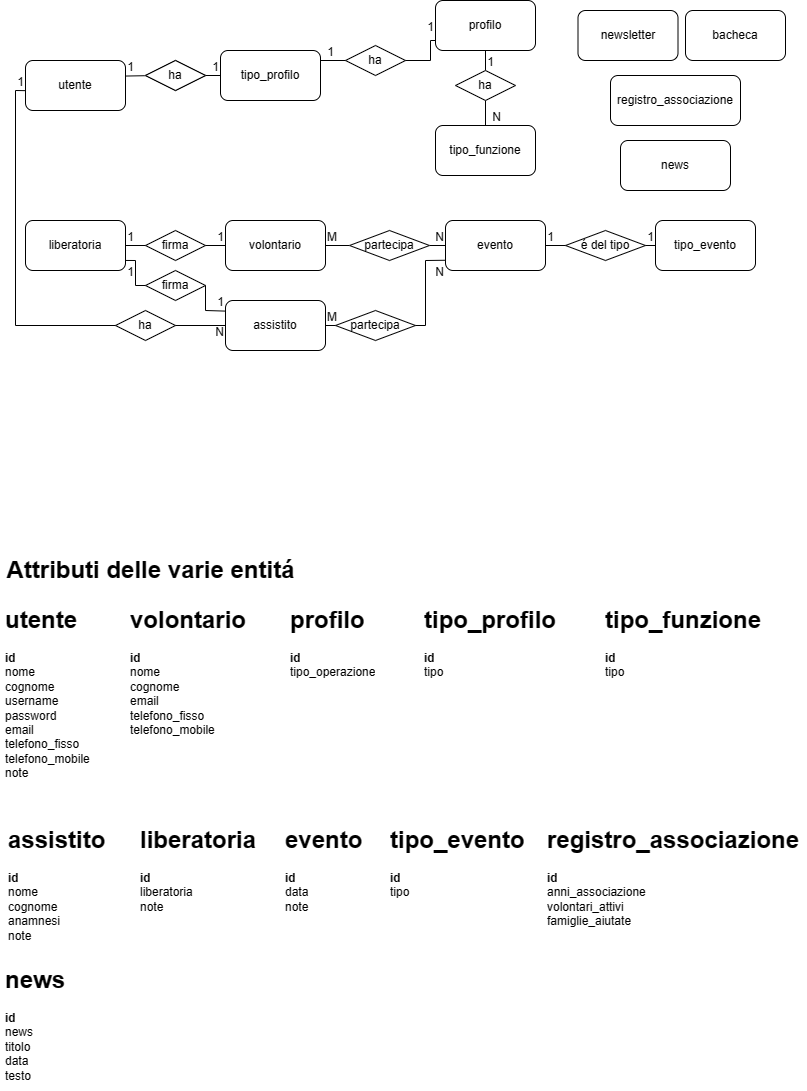
The draw.io diagram db/SchemaER.drawio.png in Antonio-Bellini/MATURITA-, before a commit. Source tidied: cells renumbered, new cells last; positions are measured from the earlier drawing's top-left corner, leaving out a move shared by most shapes.
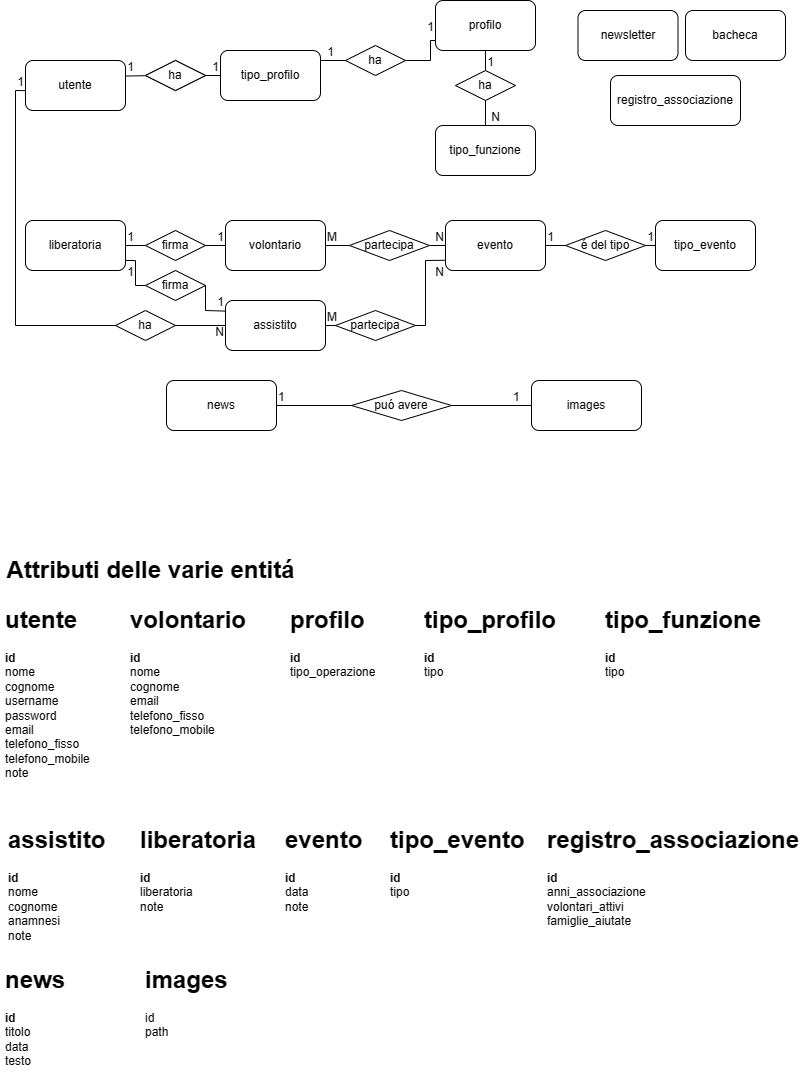
The same diagram one commit later.

Commit message:
rifatto schema logico e concettuale

Change to the diagram source:
```diff
@@ -229,10 +229,33 @@
       <mxGeometry x="542" y="820" width="265" height="120" as="geometry" />
     </mxCell>
     <mxCell id="67" value="news" style="rounded=1;whiteSpace=wrap;html=1;labelBackgroundColor=none;" parent="1" vertex="1">
-      <mxGeometry x="620" y="140" width="110" height="50" as="geometry" />
+      <mxGeometry x="166" y="380" width="110" height="50" as="geometry" />
     </mxCell>
-    <mxCell id="68" value="&lt;h1&gt;news&lt;/h1&gt;&lt;div&gt;&lt;b&gt;id&lt;/b&gt;&lt;/div&gt;&lt;div&gt;news&lt;/div&gt;&lt;div&gt;titolo&lt;/div&gt;&lt;div&gt;data&lt;/div&gt;&lt;div&gt;testo&lt;/div&gt;" style="text;html=1;spacing=5;spacingTop=-20;whiteSpace=wrap;overflow=hidden;rounded=0;labelBackgroundColor=none;" parent="1" vertex="1">
-      <mxGeometry y="960" width="265" height="130" as="geometry" />
+    <mxCell id="68" value="&lt;h1&gt;news&lt;/h1&gt;&lt;div&gt;&lt;b&gt;id&lt;/b&gt;&lt;/div&gt;&lt;div&gt;&lt;span style=&quot;background-color: initial;&quot;&gt;titolo&lt;/span&gt;&lt;br&gt;&lt;/div&gt;&lt;div&gt;data&lt;/div&gt;&lt;div&gt;testo&lt;/div&gt;" style="text;html=1;spacing=5;spacingTop=-20;whiteSpace=wrap;overflow=hidden;rounded=0;labelBackgroundColor=none;" parent="1" vertex="1">
+      <mxGeometry y="960" width="110" height="130" as="geometry" />
     </mxCell>
+    <mxCell id="69" value="images" style="rounded=1;whiteSpace=wrap;html=1;labelBackgroundColor=none;" parent="1" vertex="1">
+      <mxGeometry x="531" y="380" width="110" height="50" as="geometry" />
+    </mxCell>
+    <mxCell id="70" value="puó avere" style="shape=rhombus;perimeter=rhombusPerimeter;whiteSpace=wrap;html=1;align=center;labelBackgroundColor=none;" parent="1" vertex="1">
+      <mxGeometry x="351" y="390" width="100" height="30" as="geometry" />
+    </mxCell>
+    <mxCell id="71" style="endArrow=none;html=1;rounded=0;exitX=1;exitY=0.5;exitDx=0;exitDy=0;entryX=0;entryY=0.5;entryDx=0;entryDy=0;labelBackgroundColor=none;fontColor=default;" parent="1" edge="1" source="67" target="70">
+      <mxGeometry relative="1" as="geometry" />
+    </mxCell>
+    <mxCell id="72" value="1" style="html=1;whiteSpace=wrap;align=left;verticalAlign=bottom;labelBackgroundColor=none;" parent="71" vertex="1">
+      <mxGeometry x="-1" relative="1" as="geometry" />
+    </mxCell>
+    <mxCell id="73" style="endArrow=none;html=1;rounded=0;exitX=1;exitY=0.5;exitDx=0;exitDy=0;entryX=0;entryY=0.5;entryDx=0;entryDy=0;labelBackgroundColor=none;fontColor=default;" parent="1" edge="1" source="70" target="69">
+      <mxGeometry relative="1" as="geometry" />
+    </mxCell>
+    <mxCell id="74" value="1" style="html=1;whiteSpace=wrap;align=left;verticalAlign=bottom;labelBackgroundColor=none;" parent="73" vertex="1">
+      <mxGeometry x="-1" relative="1" as="geometry">
+        <mxPoint x="60" as="offset" />
+      </mxGeometry>
+    </mxCell>
+    <mxCell id="75" value="&lt;h1&gt;&lt;b style=&quot;background-color: initial;&quot;&gt;images&lt;/b&gt;&lt;br&gt;&lt;/h1&gt;&lt;div&gt;id&lt;/div&gt;&lt;div&gt;path&lt;/div&gt;" style="text;html=1;spacing=5;spacingTop=-20;whiteSpace=wrap;overflow=hidden;rounded=0;labelBackgroundColor=none;" parent="1" vertex="1">
+      <mxGeometry x="140" y="960" width="110" height="130" as="geometry" />
+    </mxCell>
   </root>
 </mxGraphModel>
```
